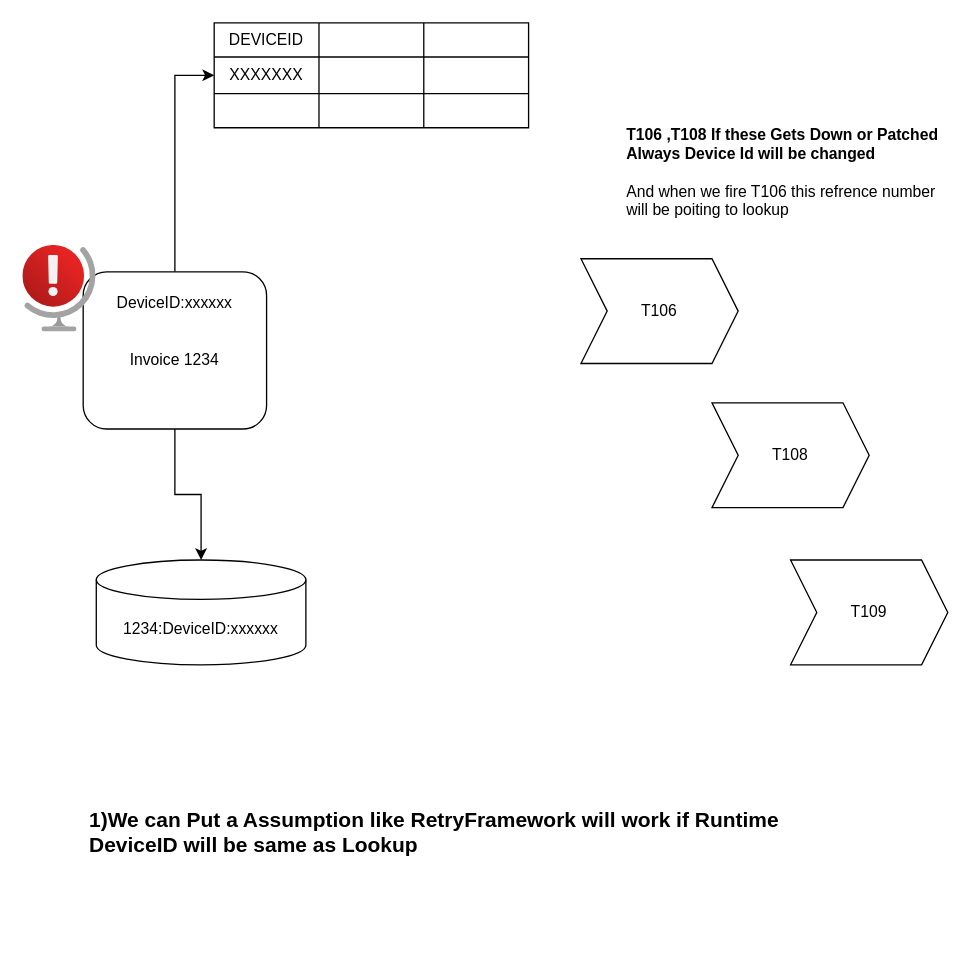
The draw.io diagram BUG.drawio in anantwag19/Workspace, before the edit. Source tidied: cells renumbered, new cells numbered last; positions are measured from the earlier drawing's top-left corner, leaving out a move shared by most shapes. Both pictures are drawn from the tidied source at 131%, with x=0, y=0 at pixel (22, 22).
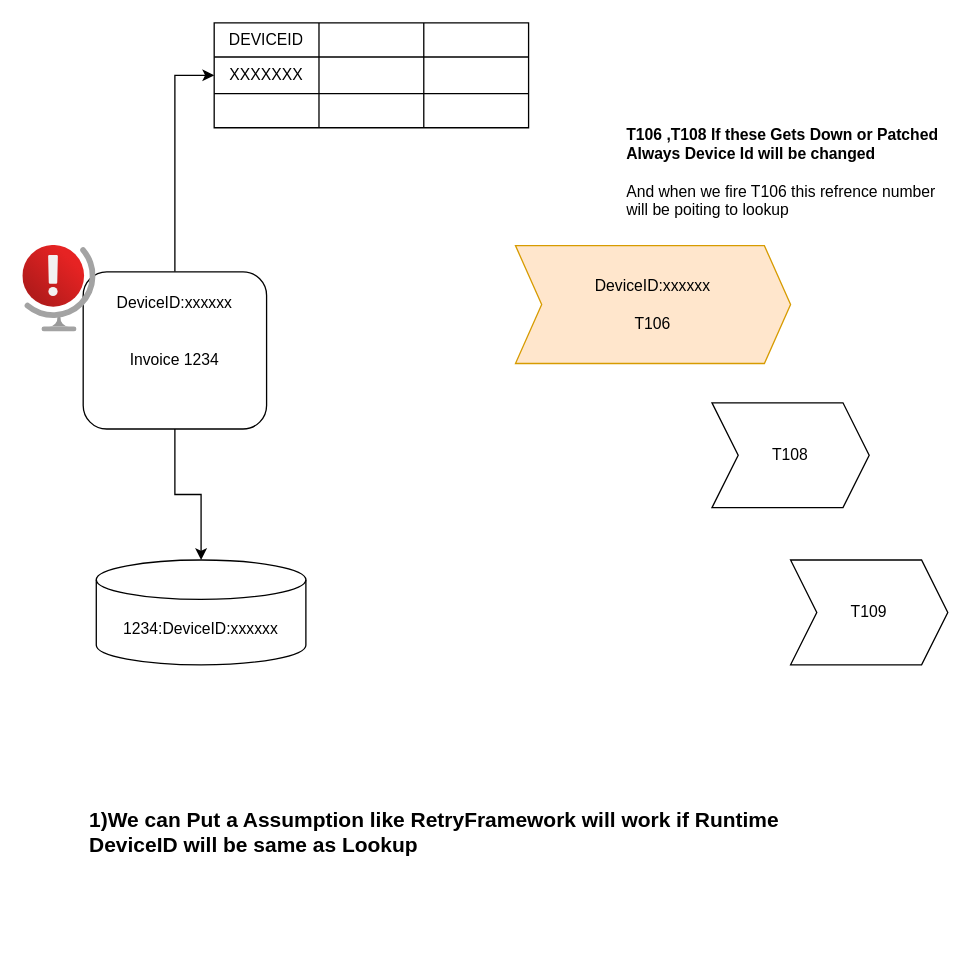
The same diagram, later.

Change to the diagram source:
```diff
@@
-    <mxCell id="5" value="T106" style="shape=step;perimeter=stepPerimeter;whiteSpace=wrap;html=1;fixedSize=1;" parent="1" vertex="1">
-      <mxGeometry x="426" y="180" width="120" height="80" as="geometry" />
+    <mxCell id="5" value="&lt;div&gt;DeviceID:xxxxxx&lt;/div&gt;&lt;div&gt;&lt;br&gt;&lt;/div&gt;&lt;div&gt;T106&lt;/div&gt;" style="shape=step;perimeter=stepPerimeter;whiteSpace=wrap;html=1;fixedSize=1;fillColor=#ffe6cc;strokeColor=#d79b00;" parent="1" vertex="1">
+      <mxGeometry x="376" y="170" width="210" height="90" as="geometry" />
     </mxCell>
```
